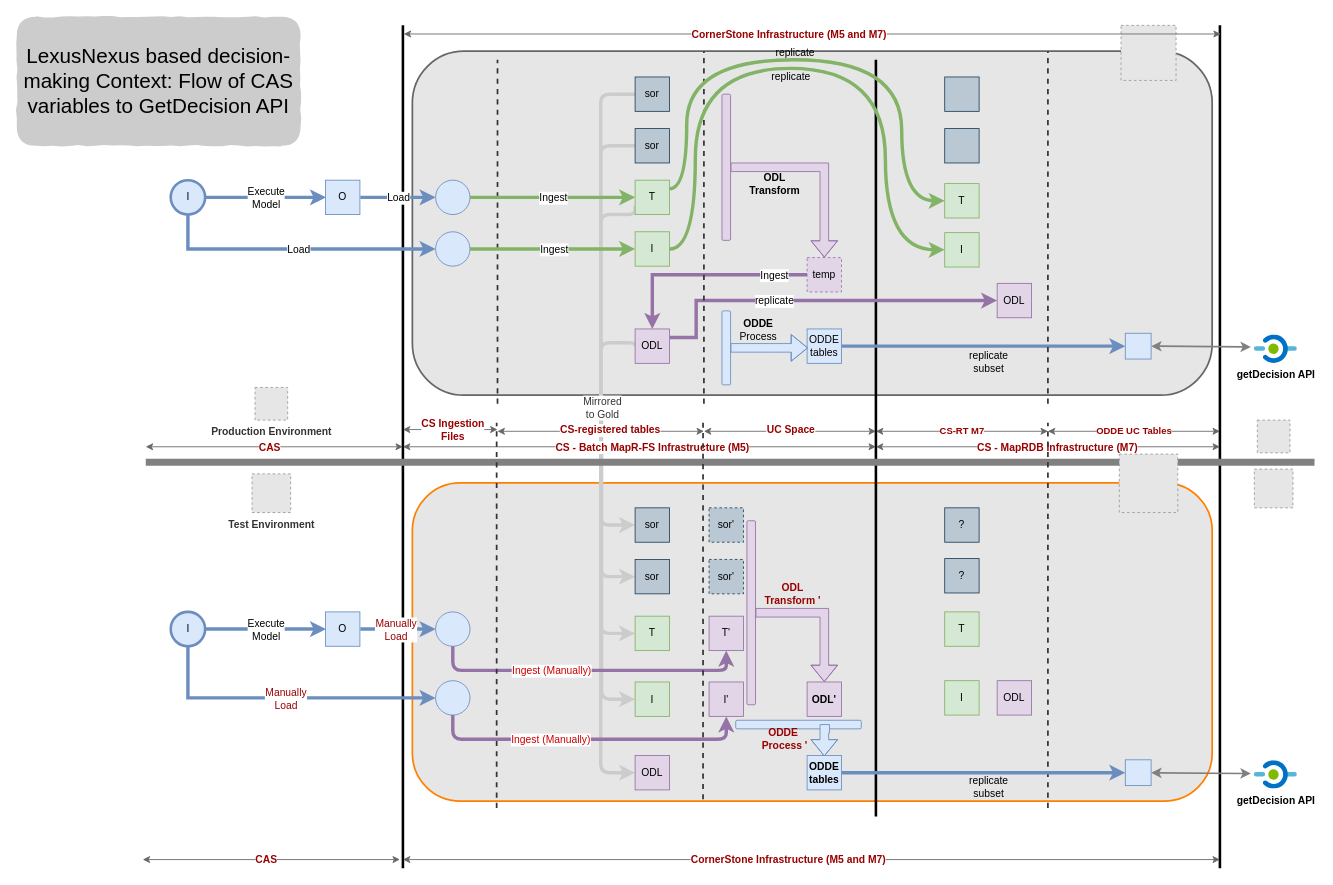
The draw.io diagram DataflowCS.drawio in gaurjain/drawio, before the edit. Source tidied: cells renumbered, new cells numbered last; positions are measured from the earlier drawing's top-left corner, leaving out a move shared by most shapes. Both pictures are drawn from the tidied source at 86%, with x=0, y=0 at pixel (16, 16). Pictures stored in the file or linked from it are replaced by grey dashed boxes.
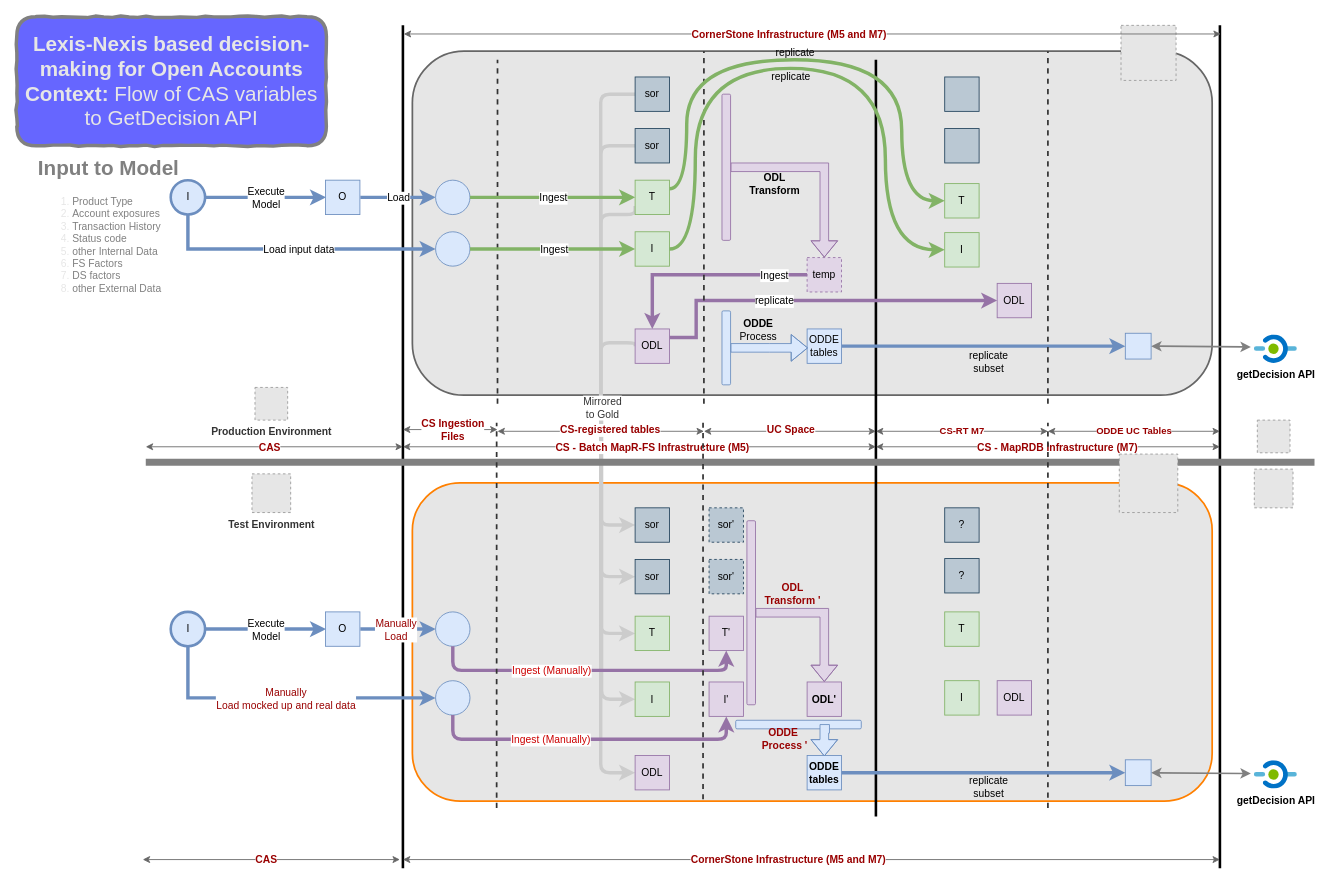
The same page after the edit.

The change refers to these unchanged cells:
```xml
<mxCell id="97" style="rounded=0;jettySize=auto;html=1;entryX=0;entryY=0.5;entryDx=0;entryDy=0;exitX=0.5;exitY=1;exitDx=0;exitDy=0;strokeColor=#6c8ebf;strokeWidth=4;verticalAlign=middle;fillColor=#dae8fc;edgeStyle=orthogonalEdgeStyle;" parent="1" edge="1" source="28" target="96">
  <mxGeometry relative="1" as="geometry" />
</mxCell>
<mxCell id="105" style="rounded=0;jettySize=auto;html=1;entryX=0;entryY=0.5;entryDx=0;entryDy=0;exitX=0.5;exitY=1;exitDx=0;exitDy=0;strokeColor=#6c8ebf;strokeWidth=4;verticalAlign=middle;fillColor=#dae8fc;edgeStyle=orthogonalEdgeStyle;" parent="1" edge="1" source="65" target="104">
  <mxGeometry relative="1" as="geometry" />
</mxCell>
```

The edit, as a diff of the source:
```diff
@@
-    <mxCell id="98" value="Load" style="text;html=1;align=center;verticalAlign=middle;labelBackgroundColor=#ffffff;fillColor=#0000CC;" parent="97" vertex="1">
+    <mxCell id="98" value="Load input data" style="text;html=1;align=center;verticalAlign=middle;labelBackgroundColor=#ffffff;fillColor=#0000CC;" parent="97" vertex="1">
       <mxGeometry x="0.03" y="-1" relative="1" as="geometry">
         <mxPoint x="-1" y="-1" as="offset" />
       </mxGeometry>
     </mxCell>
@@
-    <mxCell id="106" value="Manually&lt;br&gt;Load" style="text;html=1;align=center;verticalAlign=middle;labelBackgroundColor=#ffffff;fillColor=#0000CC;fontColor=#990000;" parent="105" vertex="1">
+    <mxCell id="106" value="Manually&lt;br&gt;Load mocked up and real data" style="text;html=1;align=center;verticalAlign=middle;labelBackgroundColor=#ffffff;fillColor=#0000CC;fontColor=#990000;" parent="105" vertex="1">
       <mxGeometry x="0.03" y="-1" relative="1" as="geometry">
         <mxPoint x="-5.5" y="-1" as="offset" />
       </mxGeometry>
     </mxCell>
@@
-    <mxCell id="132" value="&lt;font style=&quot;font-size: 24px&quot;&gt;LexusNexus based decision-making Context: Flow of CAS variables to GetDecision API&lt;/font&gt;" style="rounded=1;whiteSpace=wrap;html=1;strokeColor=none;fillColor=#CCCCCC;comic=1;" parent="1" vertex="1">
-      <mxGeometry width="330" height="150" as="geometry" />
+    <mxCell id="132" value="&lt;font style=&quot;font-size: 24px&quot;&gt;&lt;b&gt;Lexis-Nexis based decision-making for Open Accounts Context:&lt;/b&gt; Flow of CAS variables to GetDecision API&lt;/font&gt;" style="rounded=1;whiteSpace=wrap;html=1;strokeColor=#808080;fillColor=#6666FF;comic=1;strokeWidth=4;fontColor=#E6E6E6;" parent="1" vertex="1">
+      <mxGeometry width="360" height="150" as="geometry" />
     </mxCell>
+    <mxCell id="133" value="&lt;h1&gt;&lt;font color=&quot;#808080&quot;&gt;Input to Model&lt;/font&gt;&lt;/h1&gt;&lt;p&gt;&lt;/p&gt;&lt;ol&gt;&lt;li&gt;&lt;font color=&quot;#808080&quot;&gt;Product Type&lt;/font&gt;&lt;/li&gt;&lt;li&gt;&lt;font color=&quot;#808080&quot;&gt;Account exposures&lt;/font&gt;&lt;/li&gt;&lt;li&gt;&lt;font color=&quot;#808080&quot;&gt;Transaction History&lt;/font&gt;&lt;/li&gt;&lt;li&gt;&lt;font color=&quot;#808080&quot;&gt;Status code&lt;/font&gt;&lt;/li&gt;&lt;li&gt;&lt;font color=&quot;#808080&quot;&gt;other Internal Data&amp;nbsp;&lt;/font&gt;&lt;/li&gt;&lt;li&gt;&lt;font color=&quot;#808080&quot;&gt;FS Factors&lt;/font&gt;&lt;/li&gt;&lt;li&gt;&lt;font color=&quot;#808080&quot;&gt;DS factors&lt;/font&gt;&lt;/li&gt;&lt;li&gt;&lt;font color=&quot;#808080&quot;&gt;other External Data&lt;/font&gt;&lt;/li&gt;&lt;/ol&gt;&lt;p&gt;&lt;/p&gt;" style="text;html=1;strokeColor=none;fillColor=none;spacing=5;spacingTop=-20;whiteSpace=wrap;overflow=hidden;rounded=0;comic=1;fontColor=#E6E6E6;" parent="1" vertex="1">
+      <mxGeometry x="20" y="157" width="190" height="166" as="geometry" />
+    </mxCell>
```
